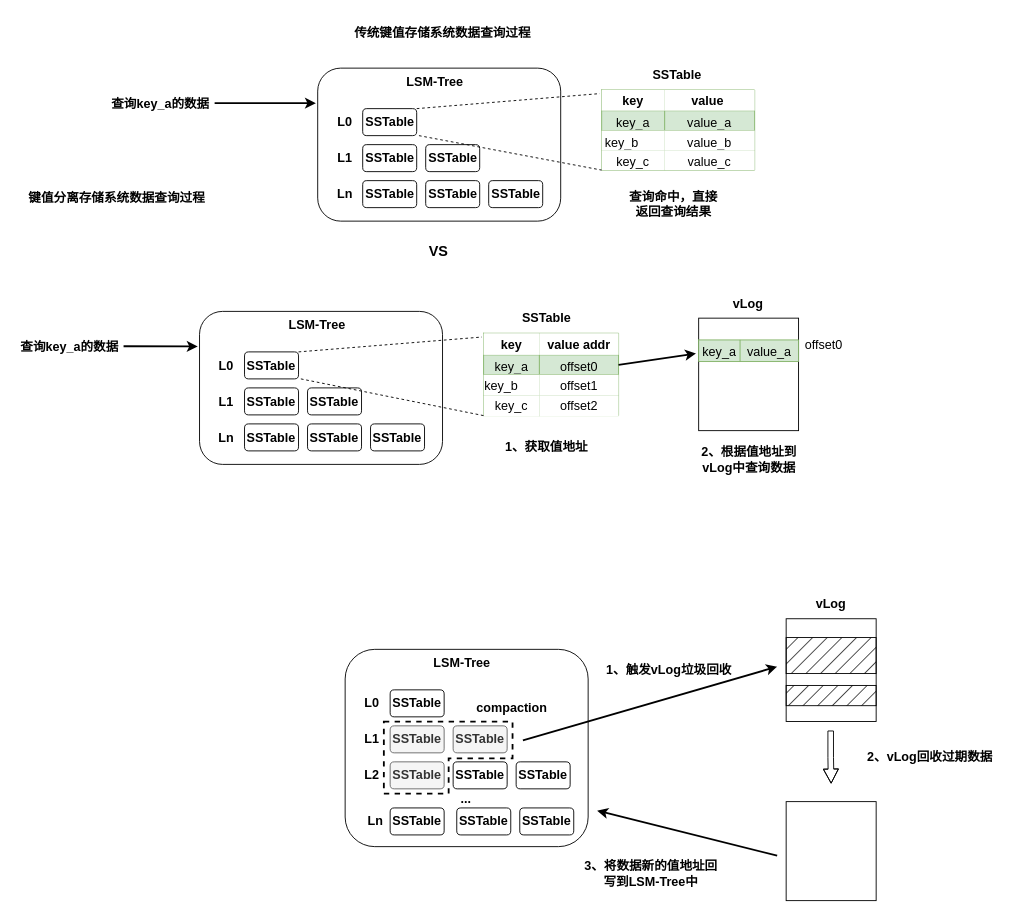
Above: page "第 7 页" (7 of 8) of RabbitKV.drawio in yeqiyi/drawIO (draw.io), before the change. Source tidied: cells renumbered, new cells numbered last; positions are measured from the earlier drawing's top-left corner, leaving out a move shared by most shapes. Both pictures are drawn from the tidied source at 90%, with x=0, y=0 at pixel (15, 15).
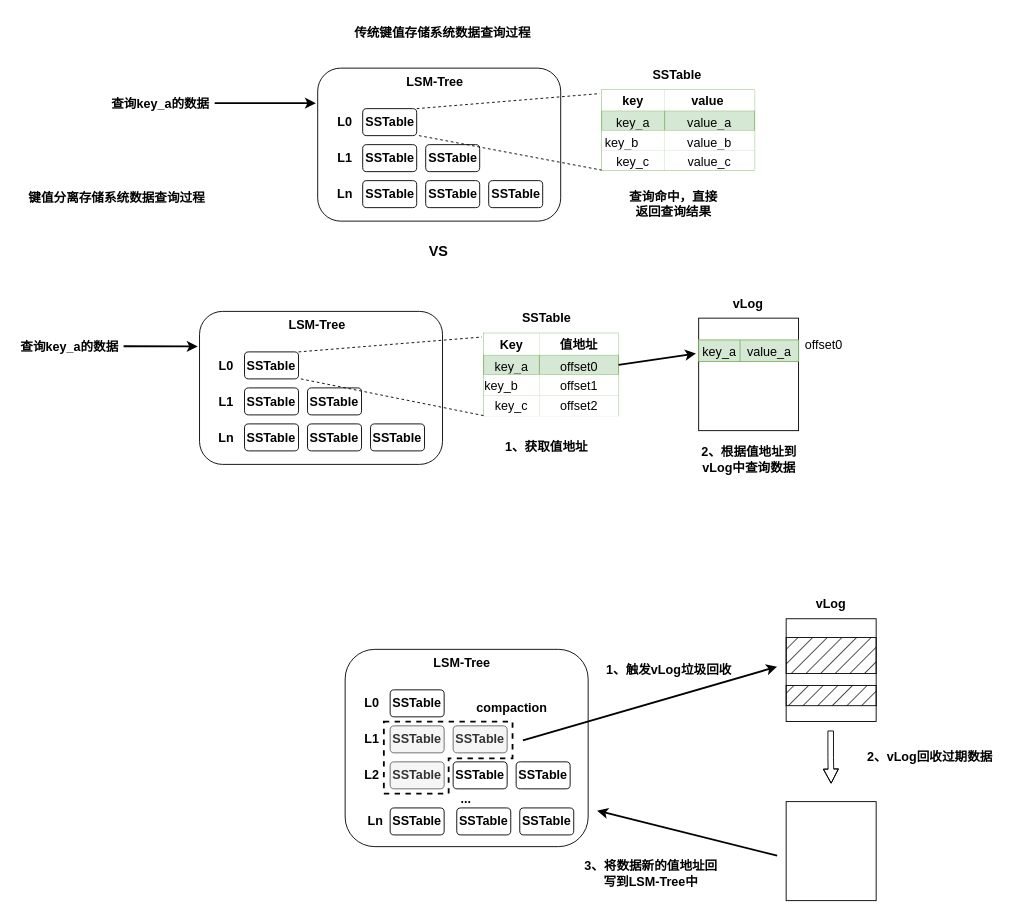
After the change.

Unchanged cells that the change refers to:
```xml
<mxCell id="76" style="shape=tableRow;horizontal=0;startSize=0;swimlaneHead=0;swimlaneBody=0;strokeColor=inherit;top=0;left=0;bottom=0;right=0;fillColor=none;points=[[0,0.5],[1,0.5]];portConstraint=eastwest;fontSize=16;" parent="75" vertex="1">
  <mxGeometry width="150" height="24" as="geometry" />
</mxCell>
```

What changed in the source:
```diff
@@
-    <mxCell id="77" value="&lt;b&gt;&lt;font style=&quot;font-size: 14px;&quot;&gt;key&lt;/font&gt;&lt;/b&gt;" style="shape=partialRectangle;html=1;whiteSpace=wrap;overflow=hidden;top=0;left=0;bottom=0;right=0;fontSize=16;" parent="76" vertex="1">
+    <mxCell id="77" value="&lt;b&gt;&lt;font style=&quot;font-size: 14px;&quot;&gt;Key&lt;/font&gt;&lt;/b&gt;" style="shape=partialRectangle;html=1;whiteSpace=wrap;overflow=hidden;top=0;left=0;bottom=0;right=0;fontSize=16;" parent="76" vertex="1">
       <mxGeometry width="62" height="24" as="geometry" />
     </mxCell>
-    <mxCell id="78" value="&lt;b&gt;&lt;font style=&quot;font-size: 14px;&quot;&gt;value addr&lt;/font&gt;&lt;/b&gt;" style="shape=partialRectangle;html=1;whiteSpace=wrap;overflow=hidden;top=0;left=0;bottom=0;right=0;fontSize=16;" parent="76" vertex="1">
+    <mxCell id="78" value="&lt;b&gt;&lt;font style=&quot;font-size: 14px;&quot;&gt;值地址&lt;/font&gt;&lt;/b&gt;" style="shape=partialRectangle;html=1;whiteSpace=wrap;overflow=hidden;top=0;left=0;bottom=0;right=0;fontSize=16;" parent="76" vertex="1">
       <mxGeometry x="62" width="88" height="24" as="geometry" />
     </mxCell>
```
